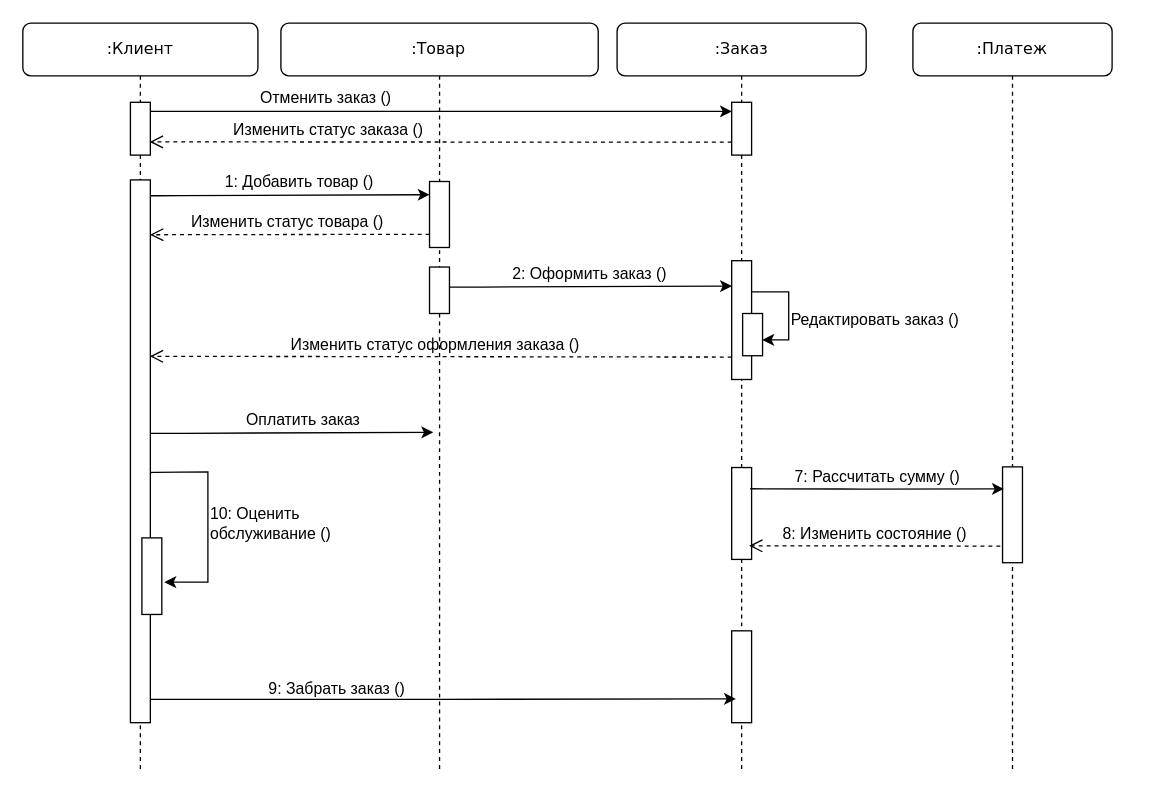
Ksenix-CopLLeRe/preparation keeps this draw.io diagram as дгрмм последовательности.drawio. Above is the earlier version. Source tidied: cells renumbered, new cells numbered last; positions are measured from the earlier drawing's top-left corner, leaving out a move shared by most shapes. Both pictures are drawn from the tidied source at 132%, with x=0, y=0 at pixel (22, 22).
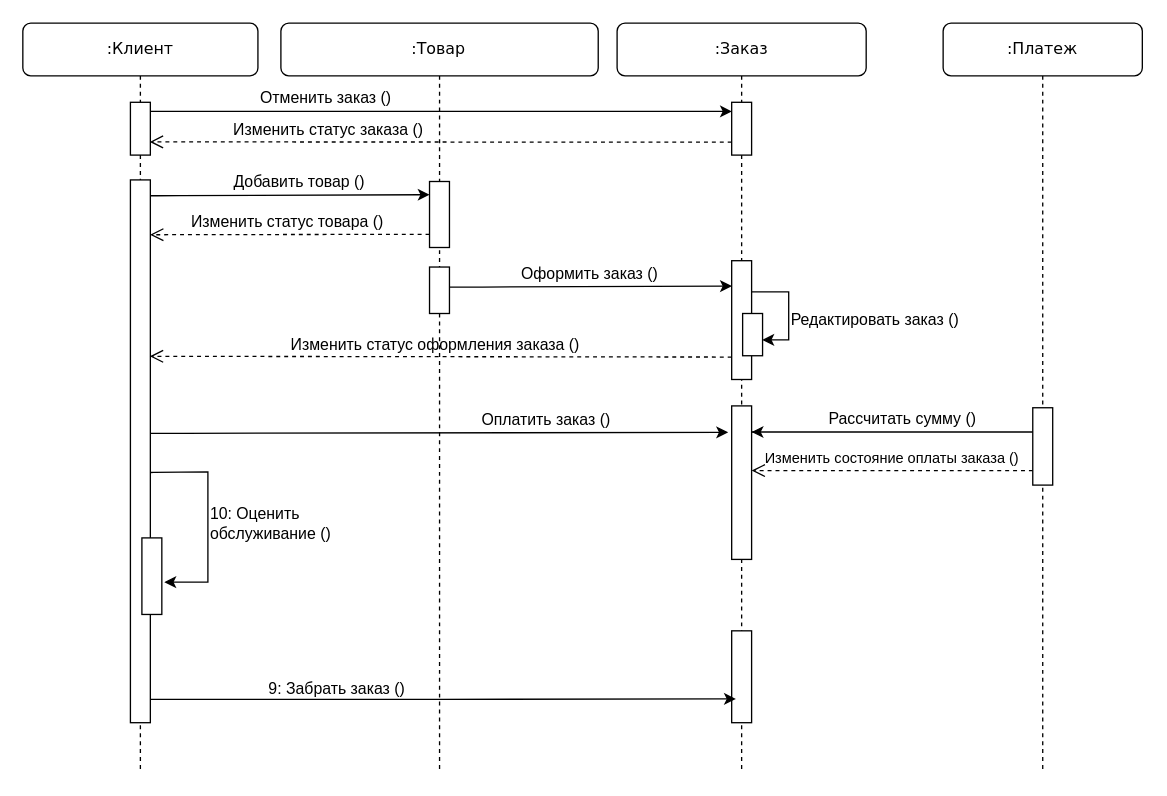
The same diagram, later.

The change refers to these unchanged cells:
```xml
<mxCell id="2" style="group;" parent="1" vertex="1">
  <mxGeometry x="10" width="815" height="568" as="geometry" />
</mxCell>
<mxCell id="3" value=":Заказ" style="shape=umlLifeline;perimeter=lifelinePerimeter;whiteSpace=wrap;html=1;rounded=1;shadow=0;comic=0;labelBackgroundColor=none;strokeWidth=1;fontFamily=Verdana;fontSize=12;align=center;" parent="2" vertex="1">
  <mxGeometry x="440" width="188.7" height="568" as="geometry" />
</mxCell>
<mxCell id="14" value=":Товар" style="shape=umlLifeline;perimeter=lifelinePerimeter;whiteSpace=wrap;html=1;rounded=1;shadow=0;comic=0;labelBackgroundColor=none;strokeWidth=1;fontFamily=Verdana;fontSize=12;align=center;" parent="2" vertex="1">
  <mxGeometry x="185.3" width="240.4" height="568" as="geometry" />
</mxCell>
```

What changed in the source:
```diff
@@
     <mxCell id="4" style="html=1;points=[];perimeter=orthogonalPerimeter;rounded=0;shadow=0;comic=0;labelBackgroundColor=none;strokeWidth=1;fontFamily=Verdana;fontSize=12;align=center;" parent="3" vertex="1">
-      <mxGeometry x="86.8" y="336.7" width="15.1" height="69.6" as="geometry" />
+      <mxGeometry x="86.8" y="290" width="15.1" height="116.3" as="geometry" />
     </mxCell>
@@
-    <mxCell id="6" value="&lt;font face=&quot;Helvetica&quot;&gt;1: Добавить товар ()&lt;/font&gt;" style="html=1;verticalAlign=bottom;endArrow=classic;labelBackgroundColor=none;fontFamily=Verdana;fontSize=12;edgeStyle=elbowEdgeStyle;elbow=horizontal;exitX=1.5;exitY=0.091;exitDx=0;exitDy=0;exitPerimeter=0;endFill=1;" parent="3" edge="1">
+    <mxCell id="6" value="&lt;font face=&quot;Helvetica&quot;&gt;Добавить товар ()&lt;/font&gt;" style="html=1;verticalAlign=bottom;endArrow=classic;labelBackgroundColor=none;fontFamily=Verdana;fontSize=12;edgeStyle=elbowEdgeStyle;elbow=horizontal;exitX=1.5;exitY=0.091;exitDx=0;exitDy=0;exitPerimeter=0;endFill=1;" parent="3" edge="1">
       <mxGeometry x="0.08" relative="1" as="geometry">
         <mxPoint x="-356.2" y="130.8" as="sourcePoint" />
         <mxPoint x="-142" y="130" as="targetPoint" />
         <Array as="points">
           <mxPoint x="-341.1" y="130.8" />
           <mxPoint x="-265.7" y="130.8" />
         </Array>
       </mxGeometry>
     </mxCell>
@@
+    <mxCell id="34" value="&lt;font face=&quot;Helvetica&quot;&gt;Рассчитать сумму ()&lt;/font&gt;" style="html=1;verticalAlign=bottom;endArrow=classic;labelBackgroundColor=none;fontFamily=Verdana;fontSize=12;edgeStyle=elbowEdgeStyle;elbow=horizontal;exitX=0.989;exitY=0.17;exitDx=0;exitDy=0;exitPerimeter=0;endFill=1;entryX=0.998;entryY=0.17;entryDx=0;entryDy=0;entryPerimeter=0;" parent="3" edge="1" source="4" target="4">
+      <mxGeometry x="0.49" y="-1" relative="1" as="geometry">
+        <Array as="points">
+          <mxPoint x="327" y="309" />
+          <mxPoint x="201.6" y="309.8" />
+        </Array>
+      </mxGeometry>
+    </mxCell>
     <mxCell id="8" value=":Платеж" style="shape=umlLifeline;perimeter=lifelinePerimeter;whiteSpace=wrap;html=1;rounded=1;shadow=0;comic=0;labelBackgroundColor=none;strokeWidth=1;fontFamily=Verdana;fontSize=12;align=center;" parent="2" vertex="1">
-      <mxGeometry x="664.1" width="150.9" height="568" as="geometry" />
+      <mxGeometry x="687" width="150.9" height="568" as="geometry" />
     </mxCell>
-    <mxCell id="9" style="html=1;perimeter=orthogonalPerimeter;rounded=0;shadow=0;comic=0;labelBackgroundColor=none;strokeWidth=1;fontFamily=Verdana;fontSize=12;align=center;" parent="8" vertex="1">
-      <mxGeometry x="67.9" y="336.2" width="15.1" height="72.6" as="geometry" />
-    </mxCell>
+    <mxCell id="12" value="&lt;font style=&quot;font-size: 11px;&quot; face=&quot;Helvetica&quot;&gt;Изменить состояние оплаты заказа ()&lt;/font&gt;" style="html=1;verticalAlign=bottom;endArrow=open;dashed=1;endSize=8;exitX=0.006;exitY=0.794;labelBackgroundColor=none;fontFamily=Verdana;fontSize=12;exitDx=0;exitDy=0;exitPerimeter=0;" parent="8" edge="1">
+      <mxGeometry relative="1" as="geometry">
+        <mxPoint x="68" y="339" as="sourcePoint" />
+        <mxPoint x="-145.1" y="339" as="targetPoint" />
+      </mxGeometry>
+    </mxCell>
@@
-    <mxCell id="12" value="&lt;font face=&quot;Helvetica&quot;&gt;8: Изменить состояние ()&lt;/font&gt;" style="html=1;verticalAlign=bottom;endArrow=open;dashed=1;endSize=8;exitX=-0.1;exitY=0.573;labelBackgroundColor=none;fontFamily=Verdana;fontSize=12;exitDx=0;exitDy=0;exitPerimeter=0;" parent="2" edge="1">
-      <mxGeometry relative="1" as="geometry">
-        <mxPoint x="730.3" y="396.2" as="sourcePoint" />
-        <mxPoint x="540" y="396" as="targetPoint" />
-      </mxGeometry>
-    </mxCell>
-    <mxCell id="13" value="&lt;font face=&quot;Helvetica&quot;&gt;7: Рассчитать сумму ()&lt;/font&gt;" style="html=1;verticalAlign=bottom;endArrow=classic;labelBackgroundColor=none;fontFamily=Verdana;fontSize=12;entryX=-0.086;entryY=0.496;entryDx=0;entryDy=0;entryPerimeter=0;exitX=0.932;exitY=0.231;exitDx=0;exitDy=0;exitPerimeter=0;endFill=1;" parent="2" edge="1" source="4">
-      <mxGeometry relative="1" as="geometry">
-        <mxPoint x="733" y="352.9" as="targetPoint" />
-        <Array as="points">
-          <mxPoint x="620" y="353" />
-        </Array>
-      </mxGeometry>
-    </mxCell>
@@
-    <mxCell id="16" value="&lt;font face=&quot;Helvetica&quot;&gt;Оплатить заказ&lt;/font&gt;" style="html=1;verticalAlign=bottom;endArrow=classic;labelBackgroundColor=none;fontFamily=Verdana;fontSize=12;edgeStyle=elbowEdgeStyle;elbow=horizontal;exitX=1.5;exitY=0.091;exitDx=0;exitDy=0;exitPerimeter=0;endFill=1;" parent="14" edge="1">
-      <mxGeometry x="0.08" relative="1" as="geometry">
+    <mxCell id="16" value="&lt;font face=&quot;Helvetica&quot;&gt;Оплатить заказ ()&lt;/font&gt;" style="html=1;verticalAlign=bottom;endArrow=classic;labelBackgroundColor=none;fontFamily=Verdana;fontSize=12;edgeStyle=elbowEdgeStyle;elbow=horizontal;exitX=1.5;exitY=0.091;exitDx=0;exitDy=0;exitPerimeter=0;endFill=1;entryX=-0.177;entryY=0.172;entryDx=0;entryDy=0;entryPerimeter=0;" parent="14" edge="1" target="4">
+      <mxGeometry x="0.37" relative="1" as="geometry">
         <mxPoint x="-98.9" y="310.8" as="sourcePoint" />
-        <mxPoint x="115.4" y="310" as="targetPoint" />
         <Array as="points">
           <mxPoint x="-83.8" y="310.8" />
           <mxPoint x="-8.3" y="310.8" />
         </Array>
       </mxGeometry>
     </mxCell>
@@
-    <mxCell id="30" value="&lt;font face=&quot;Helvetica&quot;&gt;2: Оформить заказ ()&lt;/font&gt;" style="html=1;verticalAlign=bottom;endArrow=classic;labelBackgroundColor=none;fontFamily=Verdana;fontSize=12;edgeStyle=elbowEdgeStyle;elbow=horizontal;exitX=1.5;exitY=0.091;exitDx=0;exitDy=0;exitPerimeter=0;endFill=1;" parent="2" edge="1">
+    <mxCell id="30" value="&lt;font face=&quot;Helvetica&quot;&gt;Оформить заказ ()&lt;/font&gt;" style="html=1;verticalAlign=bottom;endArrow=classic;labelBackgroundColor=none;fontFamily=Verdana;fontSize=12;edgeStyle=elbowEdgeStyle;elbow=horizontal;exitX=1.5;exitY=0.091;exitDx=0;exitDy=0;exitPerimeter=0;endFill=1;" parent="2" edge="1">
       <mxGeometry relative="1" as="geometry">
         <mxPoint x="313" y="200" as="sourcePoint" />
         <mxPoint x="527" y="199.2" as="targetPoint" />
         <Array as="points">
           <mxPoint x="328.1" y="200" />
           <mxPoint x="403.6" y="200" />
         </Array>
       </mxGeometry>
     </mxCell>
@@
+    <mxCell id="9" style="html=1;perimeter=orthogonalPerimeter;rounded=0;shadow=0;comic=0;labelBackgroundColor=none;strokeWidth=1;fontFamily=Verdana;fontSize=12;align=center;" parent="2" vertex="1">
+      <mxGeometry x="754.9" y="291.4" width="15.1" height="58.6" as="geometry" />
+    </mxCell>
```
